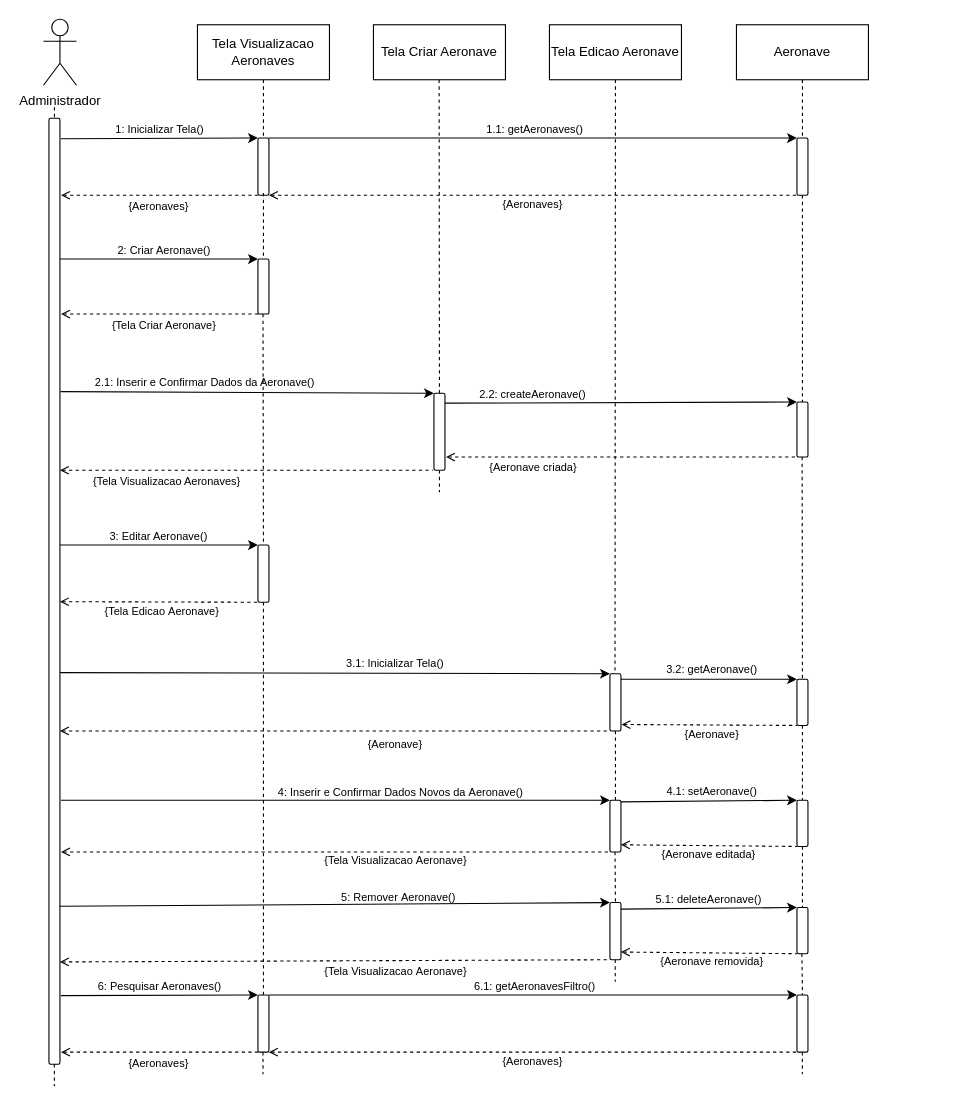
GabrielGMori/trabalho-conclus-o-ano keeps this draw.io diagram as Diagramas/Eng_de_Software/Modelos/Sequencia/Manter_Aeronaves.drawio. Above is the earlier version. Source tidied: cells renumbered, new cells numbered last; positions are measured from the earlier drawing's top-left corner, leaving out a move shared by most shapes. Both pictures are drawn from the tidied source at 110%, with x=0, y=0 at pixel (43, 19).
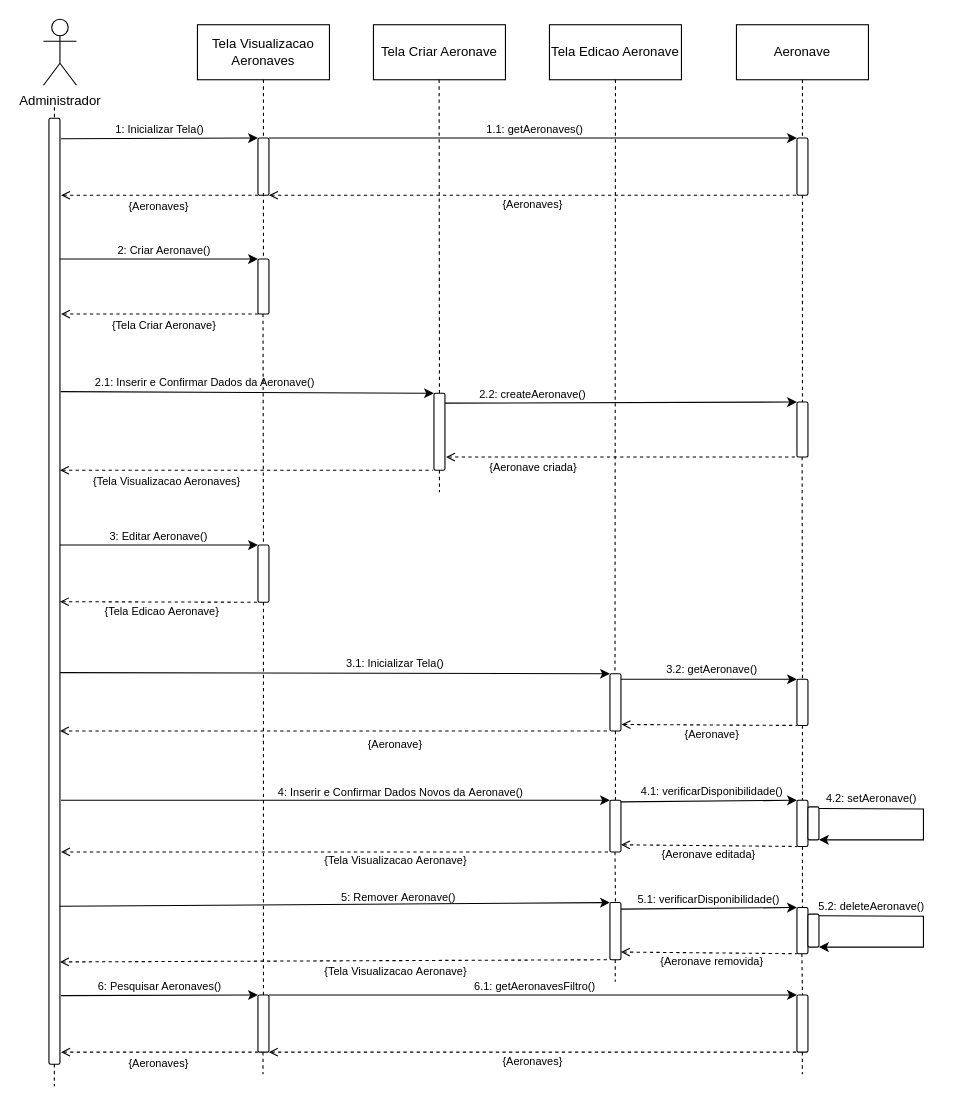
The same page after the edit.

Change to the diagram source:
```diff
@@
-    <mxCell id="58" value="&lt;font&gt;4.1: set&lt;/font&gt;&lt;font&gt;Aeronave&lt;/font&gt;&lt;font&gt;()&lt;/font&gt;" style="text;html=1;align=center;verticalAlign=middle;whiteSpace=wrap;rounded=0;fontSize=10;" parent="1" vertex="1">
+    <mxCell id="58" value="&lt;font&gt;4.1: verificarDisponibilidade&lt;/font&gt;&lt;font&gt;()&lt;/font&gt;" style="text;html=1;align=center;verticalAlign=middle;whiteSpace=wrap;rounded=0;fontSize=10;" parent="1" vertex="1">
       <mxGeometry x="528" y="692" width="160" height="20" as="geometry" />
     </mxCell>
@@
-    <mxCell id="69" value="&lt;font&gt;5.1: delete&lt;/font&gt;&lt;font&gt;Aeronave&lt;/font&gt;&lt;font&gt;()&lt;/font&gt;" style="text;html=1;align=center;verticalAlign=middle;whiteSpace=wrap;rounded=0;fontSize=10;" parent="1" vertex="1">
+    <mxCell id="69" value="&lt;font&gt;5.1: &lt;/font&gt;&lt;font&gt;verificarDisponibilidade&lt;/font&gt;&lt;font&gt;&lt;/font&gt;&lt;font&gt;()&lt;/font&gt;" style="text;html=1;align=center;verticalAlign=middle;whiteSpace=wrap;rounded=0;fontSize=10;" parent="1" vertex="1">
       <mxGeometry x="525" y="789.5" width="160" height="20" as="geometry" />
     </mxCell>
@@
+    <mxCell id="99" style="rounded=1;whiteSpace=wrap;html=1;" parent="1" vertex="1">
+      <mxGeometry x="695" y="716" width="10" height="30" as="geometry" />
+    </mxCell>
+    <mxCell id="100" style="endArrow=classic;html=1;rounded=0;exitX=1;exitY=0;exitDx=0;exitDy=0;entryX=1;entryY=1;entryDx=0;entryDy=0;" parent="1" edge="1" target="99">
+      <mxGeometry relative="1" as="geometry">
+        <mxPoint x="705" y="717.5" as="sourcePoint" />
+        <Array as="points">
+          <mxPoint x="800" y="718" />
+          <mxPoint x="800" y="746" />
+        </Array>
+      </mxGeometry>
+    </mxCell>
+    <mxCell id="101" value="&lt;font&gt;4.2: set&lt;/font&gt;&lt;font&gt;Aeronave&lt;/font&gt;&lt;font&gt;()&lt;/font&gt;" style="text;html=1;align=center;verticalAlign=middle;whiteSpace=wrap;rounded=0;fontSize=10;" parent="1" vertex="1">
+      <mxGeometry x="673" y="698" width="160" height="20" as="geometry" />
+    </mxCell>
+    <mxCell id="102" style="rounded=1;whiteSpace=wrap;html=1;" parent="1" vertex="1">
+      <mxGeometry x="695" y="813.5" width="10" height="30" as="geometry" />
+    </mxCell>
+    <mxCell id="103" style="endArrow=classic;html=1;rounded=0;exitX=1;exitY=0;exitDx=0;exitDy=0;entryX=1;entryY=1;entryDx=0;entryDy=0;" parent="1" edge="1" target="102">
+      <mxGeometry relative="1" as="geometry">
+        <mxPoint x="705" y="815" as="sourcePoint" />
+        <Array as="points">
+          <mxPoint x="800" y="815.5" />
+          <mxPoint x="800" y="843.5" />
+        </Array>
+      </mxGeometry>
+    </mxCell>
+    <mxCell id="104" value="&lt;font&gt;5.2: delete&lt;/font&gt;&lt;font&gt;Aeronave&lt;/font&gt;&lt;font&gt;()&lt;/font&gt;" style="text;html=1;align=center;verticalAlign=middle;whiteSpace=wrap;rounded=0;fontSize=10;" parent="1" vertex="1">
+      <mxGeometry x="673" y="795.5" width="160" height="20" as="geometry" />
+    </mxCell>
```
